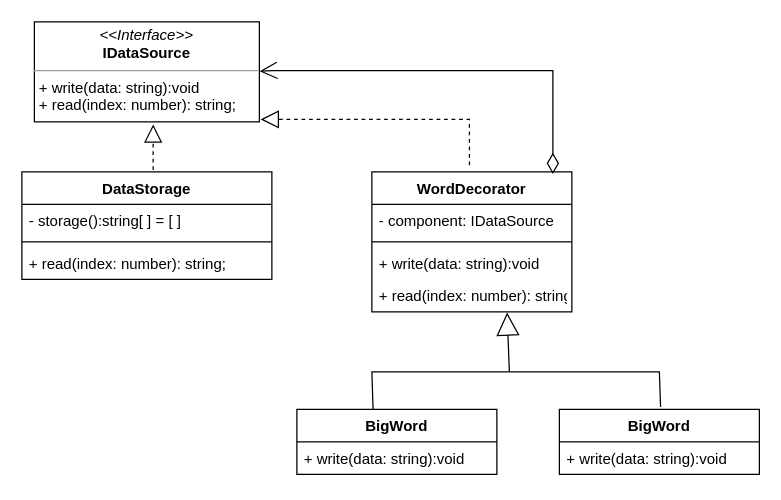
Above: PATTERNS/Structural/Decorator/src/Decorator.drawio in MTONSEG/ts-learn (draw.io), before the change. Source tidied: cells renumbered, new cells numbered last; positions are measured from the earlier drawing's top-left corner, leaving out a move shared by most shapes. Both pictures are drawn from the tidied source at 125%, with x=0, y=0 at pixel (21, 21).
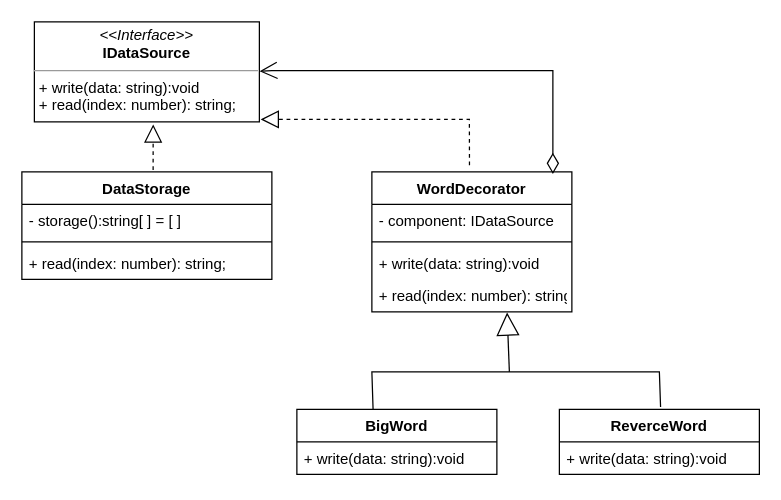
The same page after the edit.

What changed in the source:
```diff
@@
-    <mxCell id="17" value="BigWord" style="swimlane;fontStyle=1;align=center;verticalAlign=top;horizontal=1;startSize=26;" parent="1" vertex="1">
+    <mxCell id="17" value="ReverceWord" style="swimlane;fontStyle=1;align=center;verticalAlign=top;horizontal=1;startSize=26;" parent="1" vertex="1">
       <mxGeometry x="430" y="310" width="160" height="52" as="geometry" />
     </mxCell>
```
